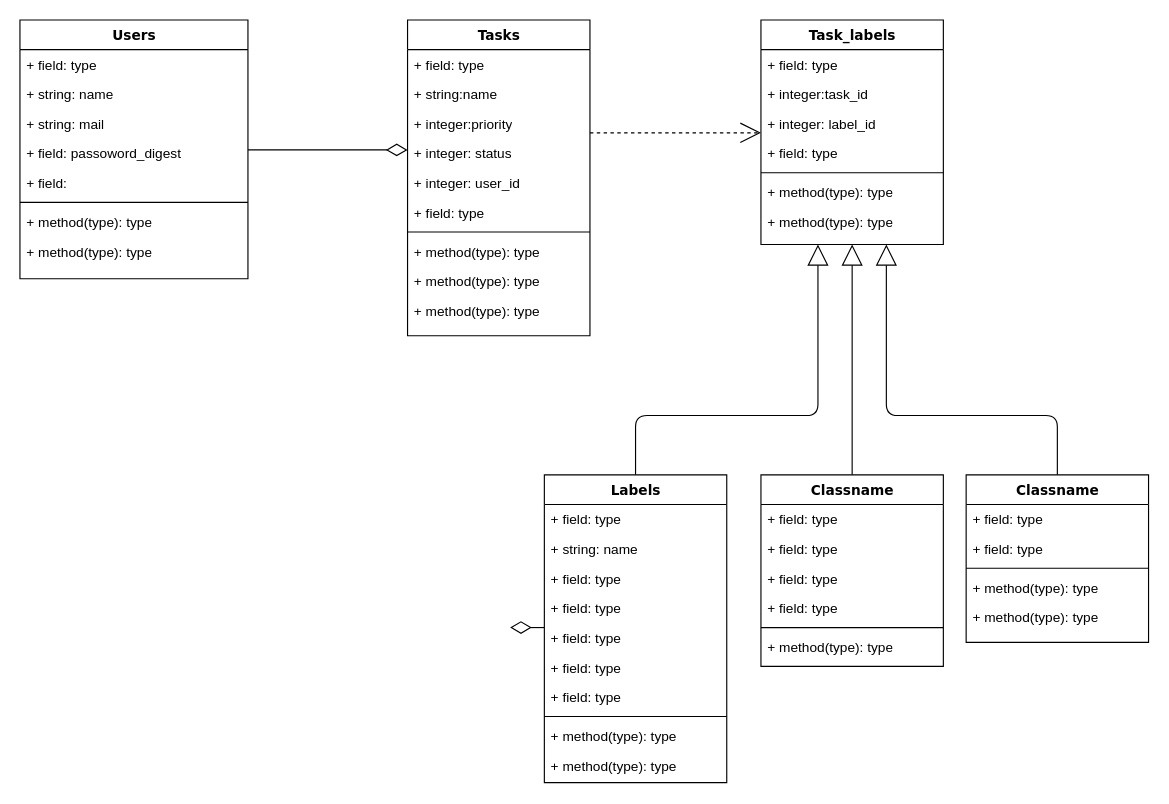
This is docs/taskManage.drawio from meganeJPN/task_manage_app, a draw.io file, before an edit. Source tidied: cells renumbered, new cells numbered last; positions are measured from the earlier drawing's top-left corner, leaving out a move shared by most shapes. Both pictures are drawn from the tidied source at 114%, with x=0, y=0 at pixel (19, 19).
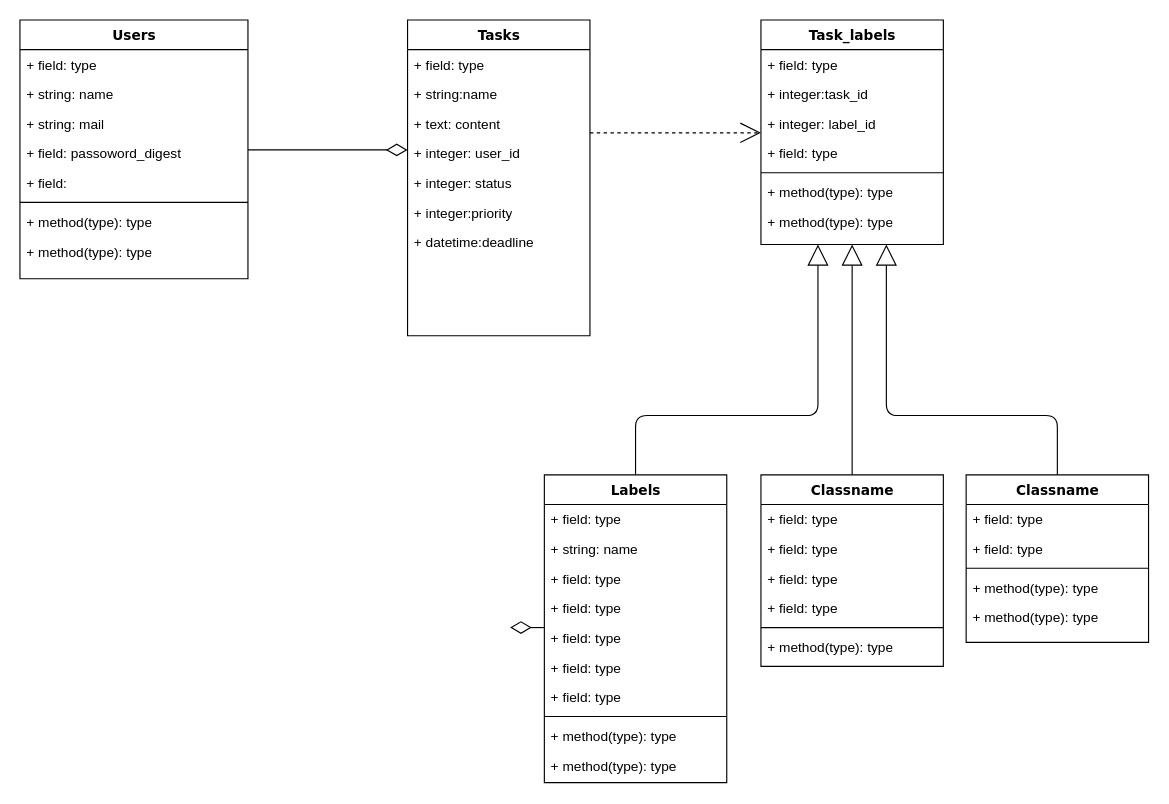
The same diagram, later.

Unchanged cells that the change refers to:
```xml
<mxCell id="12" value="Tasks" style="swimlane;html=1;fontStyle=1;align=center;verticalAlign=top;horizontal=1;startSize=26;swimlaneFillColor=#ffffff;rounded=0;shadow=0;comic=0;labelBackgroundColor=none;strokeWidth=1;fillColor=none;fontFamily=Verdana;fontSize=12;" parent="1" vertex="1">
  <mxGeometry x="340" width="160" height="277" as="geometry" />
</mxCell>
```

What changed in the source:
```diff
@@
+    <mxCell id="22" value="+ text: content" style="text;html=1;strokeColor=none;fillColor=none;align=left;verticalAlign=top;spacingLeft=4;spacingRight=4;whiteSpace=wrap;overflow=hidden;" parent="12" vertex="1">
+      <mxGeometry y="78" width="160" height="26" as="geometry" />
+    </mxCell>
+    <mxCell id="17" value="+ integer: user_id" style="text;html=1;strokeColor=none;fillColor=none;align=left;verticalAlign=top;spacingLeft=4;spacingRight=4;whiteSpace=wrap;overflow=hidden;" parent="12" vertex="1">
+      <mxGeometry y="104" width="160" height="26" as="geometry" />
+    </mxCell>
+    <mxCell id="16" value="+ integer: status" style="text;html=1;strokeColor=none;fillColor=none;align=left;verticalAlign=top;spacingLeft=4;spacingRight=4;whiteSpace=wrap;overflow=hidden;" parent="12" vertex="1">
+      <mxGeometry y="130" width="160" height="26" as="geometry" />
+    </mxCell>
     <mxCell id="15" value="+ integer:priority" style="text;html=1;strokeColor=none;fillColor=none;align=left;verticalAlign=top;spacingLeft=4;spacingRight=4;whiteSpace=wrap;overflow=hidden;" parent="12" vertex="1">
-      <mxGeometry y="78" width="160" height="26" as="geometry" />
+      <mxGeometry y="156" width="160" height="26" as="geometry" />
     </mxCell>
-    <mxCell id="16" value="+ integer: status" style="text;html=1;strokeColor=none;fillColor=none;align=left;verticalAlign=top;spacingLeft=4;spacingRight=4;whiteSpace=wrap;overflow=hidden;" parent="12" vertex="1">
-      <mxGeometry y="104" width="160" height="26" as="geometry" />
-    </mxCell>
-    <mxCell id="17" value="+ integer: user_id" style="text;html=1;strokeColor=none;fillColor=none;align=left;verticalAlign=top;spacingLeft=4;spacingRight=4;whiteSpace=wrap;overflow=hidden;" parent="12" vertex="1">
-      <mxGeometry y="130" width="160" height="26" as="geometry" />
-    </mxCell>
-    <mxCell id="18" value="+ field: type" style="text;html=1;strokeColor=none;fillColor=none;align=left;verticalAlign=top;spacingLeft=4;spacingRight=4;whiteSpace=wrap;overflow=hidden;" parent="12" vertex="1">
-      <mxGeometry y="156" width="160" height="26" as="geometry" />
-    </mxCell>
-    <mxCell id="19" style="line;html=1;strokeWidth=1;fillColor=none;align=left;verticalAlign=middle;spacingTop=-1;spacingLeft=3;spacingRight=3;labelPosition=right;" parent="12" vertex="1">
-      <mxGeometry y="182" width="160" height="8" as="geometry" />
-    </mxCell>
-    <mxCell id="20" value="+ method(type): type" style="text;html=1;strokeColor=none;fillColor=none;align=left;verticalAlign=top;spacingLeft=4;spacingRight=4;whiteSpace=wrap;overflow=hidden;" parent="12" vertex="1">
-      <mxGeometry y="190" width="160" height="26" as="geometry" />
-    </mxCell>
-    <mxCell id="21" value="+ method(type): type" style="text;html=1;strokeColor=none;fillColor=none;align=left;verticalAlign=top;spacingLeft=4;spacingRight=4;whiteSpace=wrap;overflow=hidden;" parent="12" vertex="1">
-      <mxGeometry y="216" width="160" height="26" as="geometry" />
-    </mxCell>
-    <mxCell id="22" value="+ method(type): type" style="text;html=1;strokeColor=none;fillColor=none;align=left;verticalAlign=top;spacingLeft=4;spacingRight=4;whiteSpace=wrap;overflow=hidden;" parent="12" vertex="1">
-      <mxGeometry y="242" width="160" height="26" as="geometry" />
-    </mxCell>
+    <mxCell id="60" value="+ datetime:deadline" style="text;html=1;strokeColor=none;fillColor=none;align=left;verticalAlign=top;spacingLeft=4;spacingRight=4;whiteSpace=wrap;overflow=hidden;" parent="12" vertex="1">
+      <mxGeometry y="182" width="160" height="26" as="geometry" />
+    </mxCell>
```
